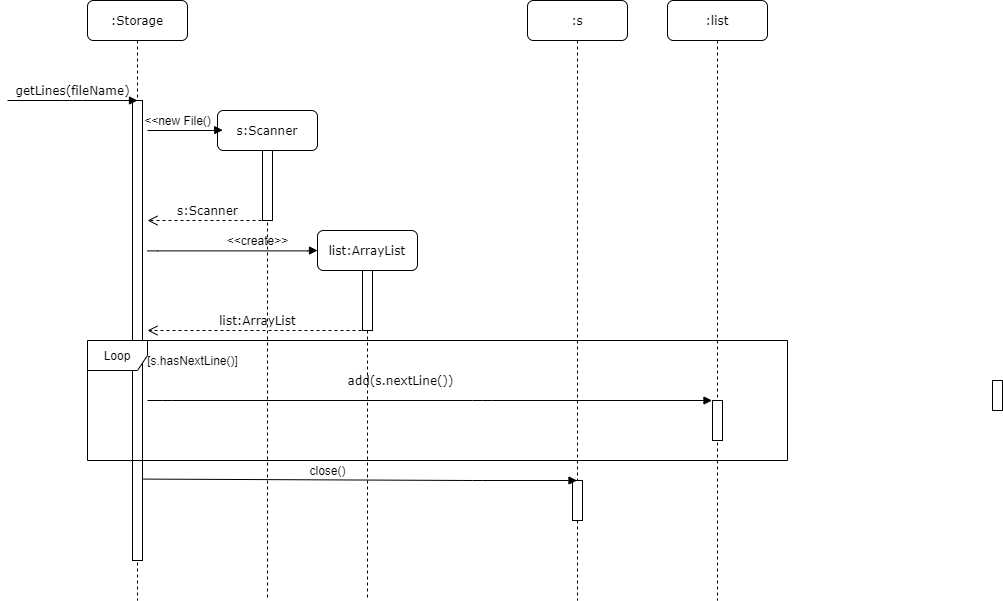
nus-tic4001-AY2021S1/tp keeps this draw.io diagram as docs/images/StorageGetLine-Page-1.png. Above is the earlier version. Source tidied: cells renumbered, new cells last; positions are measured from the earlier drawing's top-left corner, leaving out a move shared by most shapes. Its diagram source:
```xml
<mxGraphModel background="#ffffff">
  <root>
    <mxCell id="0" />
    <mxCell id="1" parent="0" />
    <mxCell id="2" value="s:Scanner" style="shape=umlLifeline;perimeter=lifelinePerimeter;whiteSpace=wrap;html=1;rounded=1;shadow=0;comic=0;labelBackgroundColor=none;strokeWidth=1;fontFamily=Verdana;fontSize=12;align=center;" parent="1" vertex="1">
      <mxGeometry x="210" y="110" width="100" height="490" as="geometry" />
    </mxCell>
    <mxCell id="3" style="html=1;perimeter=orthogonalPerimeter;rounded=0;shadow=0;comic=0;labelBackgroundColor=none;strokeWidth=1;fontFamily=Verdana;fontSize=12;align=center;" parent="2" vertex="1">
      <mxGeometry x="45" y="40" width="10" height="70" as="geometry" />
    </mxCell>
    <mxCell id="4" value="&amp;lt;&amp;lt;create&amp;gt;&amp;gt;" style="text;html=1;align=center;verticalAlign=middle;" parent="2" vertex="1">
      <mxGeometry y="120" width="80" height="20" as="geometry" />
    </mxCell>
    <mxCell id="5" value="list:ArrayList" style="shape=umlLifeline;perimeter=lifelinePerimeter;whiteSpace=wrap;html=1;rounded=1;shadow=0;comic=0;labelBackgroundColor=none;strokeWidth=1;fontFamily=Verdana;fontSize=12;align=center;" parent="1" vertex="1">
      <mxGeometry x="310" y="230" width="100" height="370" as="geometry" />
    </mxCell>
    <mxCell id="6" style="html=1;perimeter=orthogonalPerimeter;rounded=0;shadow=0;comic=0;labelBackgroundColor=none;strokeWidth=1;fontFamily=Verdana;fontSize=12;align=center;" parent="5" vertex="1">
      <mxGeometry x="45" y="40" width="10" height="60" as="geometry" />
    </mxCell>
    <mxCell id="7" value=":s" style="shape=umlLifeline;perimeter=lifelinePerimeter;whiteSpace=wrap;html=1;outlineConnect=0;rounded=1;shadow=0;comic=0;labelBackgroundColor=none;strokeWidth=1;fontFamily=Verdana;fontSize=12;align=center;" parent="1" vertex="1">
      <mxGeometry x="520" width="100" height="600" as="geometry" />
    </mxCell>
    <mxCell id="8" style="html=1;perimeter=orthogonalPerimeter;rounded=0;shadow=0;comic=0;labelBackgroundColor=none;strokeWidth=1;fontFamily=Verdana;fontSize=12;align=center;" parent="7" vertex="1">
      <mxGeometry x="45" y="480" width="10" height="40" as="geometry" />
    </mxCell>
    <mxCell id="9" value=":list" style="shape=umlLifeline;perimeter=lifelinePerimeter;whiteSpace=wrap;html=1;rounded=1;shadow=0;comic=0;labelBackgroundColor=none;strokeWidth=1;fontFamily=Verdana;fontSize=12;align=center;" parent="1" vertex="1">
      <mxGeometry x="660" width="100" height="600" as="geometry" />
    </mxCell>
    <mxCell id="10" style="html=1;perimeter=orthogonalPerimeter;rounded=0;shadow=0;comic=0;labelBackgroundColor=none;strokeWidth=1;fontFamily=Verdana;fontSize=12;align=center;" parent="9" vertex="1">
      <mxGeometry x="45" y="400" width="10" height="40" as="geometry" />
    </mxCell>
    <mxCell id="11" value=":Storage" style="shape=umlLifeline;perimeter=lifelinePerimeter;whiteSpace=wrap;html=1;rounded=1;shadow=0;comic=0;labelBackgroundColor=none;strokeWidth=1;fontFamily=Verdana;fontSize=12;align=center;" parent="1" vertex="1">
      <mxGeometry x="80" width="100" height="600" as="geometry" />
    </mxCell>
    <mxCell id="12" style="html=1;points=[];perimeter=orthogonalPerimeter;rounded=0;shadow=0;comic=0;labelBackgroundColor=none;strokeWidth=1;fontFamily=Verdana;fontSize=12;align=center;" parent="11" vertex="1">
      <mxGeometry x="45" y="100" width="10" height="460" as="geometry" />
    </mxCell>
    <mxCell id="13" style="html=1;perimeter=orthogonalPerimeter;rounded=0;shadow=0;comic=0;labelBackgroundColor=none;strokeColor=#000000;strokeWidth=1;fillColor=#FFFFFF;fontFamily=Verdana;fontSize=12;fontColor=#000000;align=center;" parent="1" vertex="1">
      <mxGeometry x="985" y="380" width="10" height="30" as="geometry" />
    </mxCell>
    <mxCell id="14" value="getLines(fileName)" style="html=1;verticalAlign=bottom;endArrow=block;entryX=0;entryY=0;labelBackgroundColor=none;fontFamily=Verdana;fontSize=12;edgeStyle=elbowEdgeStyle;elbow=vertical;" parent="1" edge="1">
      <mxGeometry relative="1" as="geometry">
        <mxPoint y="100" as="sourcePoint" />
        <mxPoint x="130" y="100" as="targetPoint" />
      </mxGeometry>
    </mxCell>
    <mxCell id="15" value="&amp;lt;&amp;lt;new File()" style="text;html=1;align=center;verticalAlign=middle;" parent="1" vertex="1">
      <mxGeometry x="130" y="110" width="80" height="20" as="geometry" />
    </mxCell>
    <mxCell id="16" style="html=1;verticalAlign=bottom;endArrow=block;entryX=-0.479;entryY=-0.01;labelBackgroundColor=none;fontFamily=Verdana;fontSize=12;edgeStyle=elbowEdgeStyle;elbow=vertical;entryDx=0;entryDy=0;entryPerimeter=0;" parent="1" edge="1">
      <mxGeometry relative="1" as="geometry">
        <mxPoint x="140" y="130" as="sourcePoint" />
        <mxPoint x="215.2" y="129.6" as="targetPoint" />
        <Array as="points">
          <mxPoint x="215" y="130" />
          <mxPoint x="205" y="130" />
        </Array>
      </mxGeometry>
    </mxCell>
    <mxCell id="17" value="s:Scanner" style="html=1;verticalAlign=bottom;endArrow=open;dashed=1;endSize=8;labelBackgroundColor=none;fontFamily=Verdana;fontSize=12;" parent="1" edge="1">
      <mxGeometry relative="1" as="geometry">
        <mxPoint x="260" y="220" as="sourcePoint" />
        <mxPoint x="140" y="220" as="targetPoint" />
      </mxGeometry>
    </mxCell>
    <mxCell id="18" style="html=1;verticalAlign=bottom;endArrow=block;entryX=-0.479;entryY=-0.01;labelBackgroundColor=none;fontFamily=Verdana;fontSize=12;edgeStyle=elbowEdgeStyle;elbow=vertical;entryDx=0;entryDy=0;entryPerimeter=0;" parent="1" edge="1">
      <mxGeometry relative="1" as="geometry">
        <mxPoint x="140" y="250" as="sourcePoint" />
        <mxPoint x="310" y="250" as="targetPoint" />
        <Array as="points">
          <mxPoint x="309.8" y="250.4" />
          <mxPoint x="299.8" y="250.4" />
        </Array>
      </mxGeometry>
    </mxCell>
    <mxCell id="19" value="list:ArrayList" style="html=1;verticalAlign=bottom;endArrow=open;dashed=1;endSize=8;labelBackgroundColor=none;fontFamily=Verdana;fontSize=12;" parent="1" edge="1">
      <mxGeometry relative="1" as="geometry">
        <mxPoint x="360" y="330" as="sourcePoint" />
        <mxPoint x="140" y="330" as="targetPoint" />
      </mxGeometry>
    </mxCell>
    <mxCell id="20" value="Loop" style="shape=umlFrame;whiteSpace=wrap;html=1;" parent="1" vertex="1">
      <mxGeometry x="80" y="340" width="700" height="120" as="geometry" />
    </mxCell>
    <mxCell id="21" value="[s.hasNextLine()]" style="text;html=1;align=center;verticalAlign=middle;" parent="1" vertex="1">
      <mxGeometry x="130" y="350" width="110" height="20" as="geometry" />
    </mxCell>
    <mxCell id="22" value="add(s.nextLine())" style="html=1;verticalAlign=bottom;endArrow=block;labelBackgroundColor=none;fontFamily=Verdana;fontSize=12;exitX=1.101;exitY=0.823;exitDx=0;exitDy=0;exitPerimeter=0;" parent="1" edge="1" source="12" target="7">
      <mxGeometry x="0.19" y="90" relative="1" as="geometry">
        <Array as="points">
          <mxPoint x="465" y="480" />
        </Array>
      </mxGeometry>
    </mxCell>
    <mxCell id="23" style="html=1;verticalAlign=bottom;endArrow=block;labelBackgroundColor=none;fontFamily=Verdana;fontSize=12;" parent="1" edge="1">
      <mxGeometry x="0.19" y="90" relative="1" as="geometry">
        <mxPoint x="140" y="400" as="sourcePoint" />
        <mxPoint x="704.5" y="400" as="targetPoint" />
        <Array as="points">
          <mxPoint x="155" y="400" />
          <mxPoint x="475" y="400" />
        </Array>
      </mxGeometry>
    </mxCell>
    <mxCell id="24" value="close()" style="text;html=1;align=center;verticalAlign=middle;" parent="1" vertex="1">
      <mxGeometry x="295" y="460" width="50" height="20" as="geometry" />
    </mxCell>
  </root>
</mxGraphModel>
```
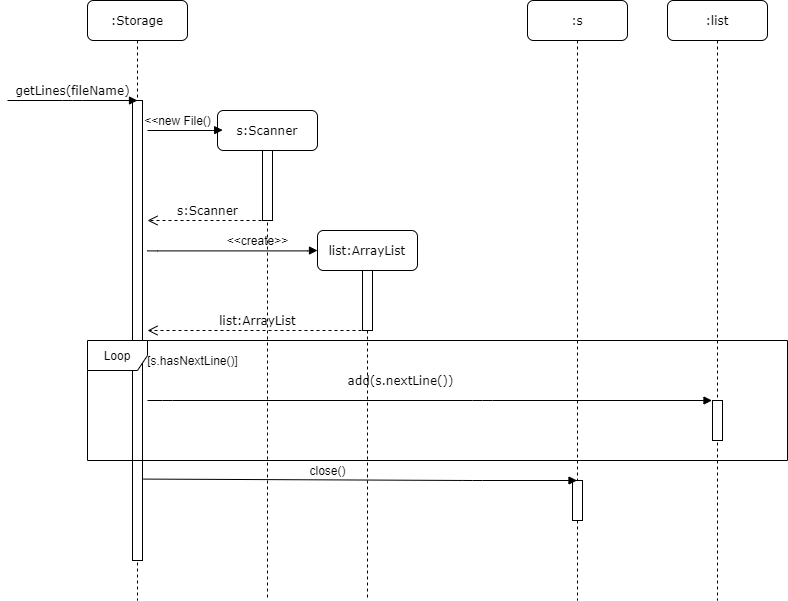
After the change.

Change to the diagram source:
```diff
@@ -35,9 +35,6 @@
     <mxCell id="12" style="html=1;points=[];perimeter=orthogonalPerimeter;rounded=0;shadow=0;comic=0;labelBackgroundColor=none;strokeWidth=1;fontFamily=Verdana;fontSize=12;align=center;" parent="11" vertex="1">
       <mxGeometry x="45" y="100" width="10" height="460" as="geometry" />
     </mxCell>
-    <mxCell id="13" style="html=1;perimeter=orthogonalPerimeter;rounded=0;shadow=0;comic=0;labelBackgroundColor=none;strokeColor=#000000;strokeWidth=1;fillColor=#FFFFFF;fontFamily=Verdana;fontSize=12;fontColor=#000000;align=center;" parent="1" vertex="1">
-      <mxGeometry x="985" y="380" width="10" height="30" as="geometry" />
-    </mxCell>
     <mxCell id="14" value="getLines(fileName)" style="html=1;verticalAlign=bottom;endArrow=block;entryX=0;entryY=0;labelBackgroundColor=none;fontFamily=Verdana;fontSize=12;edgeStyle=elbowEdgeStyle;elbow=vertical;" parent="1" edge="1">
       <mxGeometry relative="1" as="geometry">
         <mxPoint y="100" as="sourcePoint" />
```
